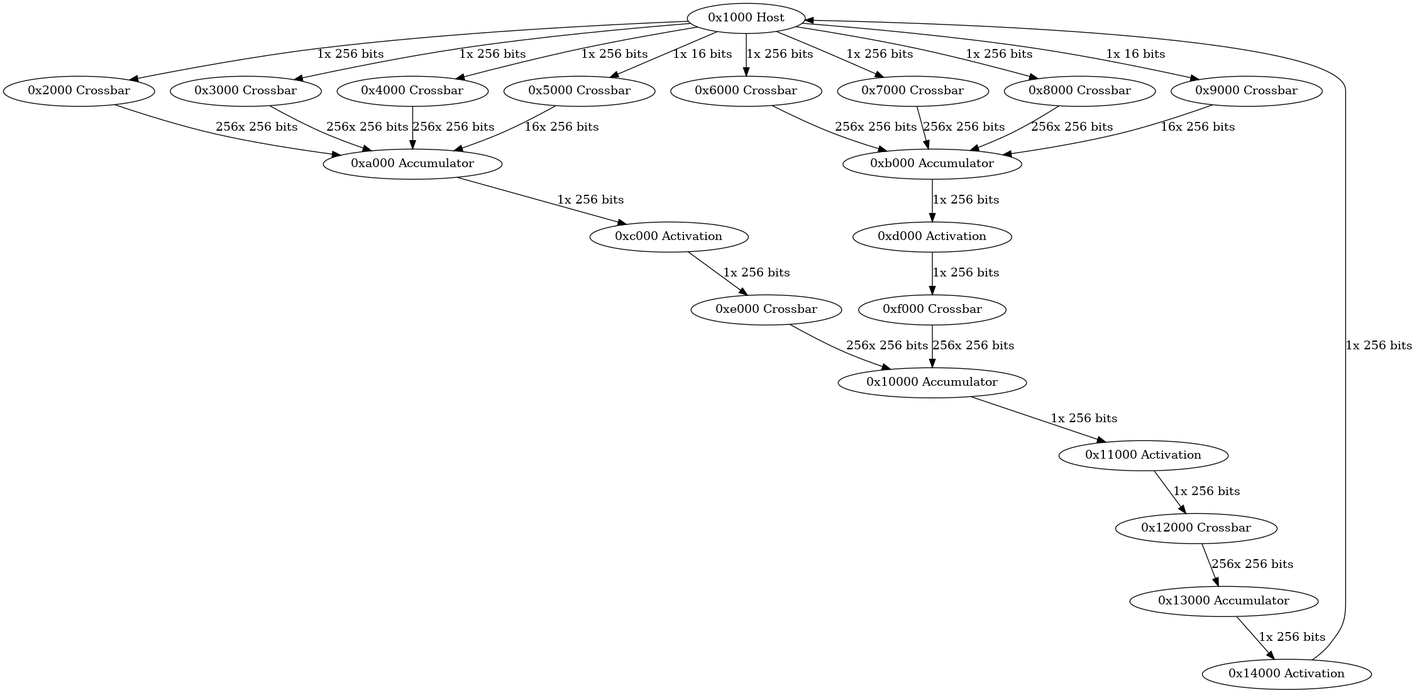
Earlier version of the Graphviz export network.png (Zz-sev-point/IC_SIM). Its source is kept beside it as network.dot.
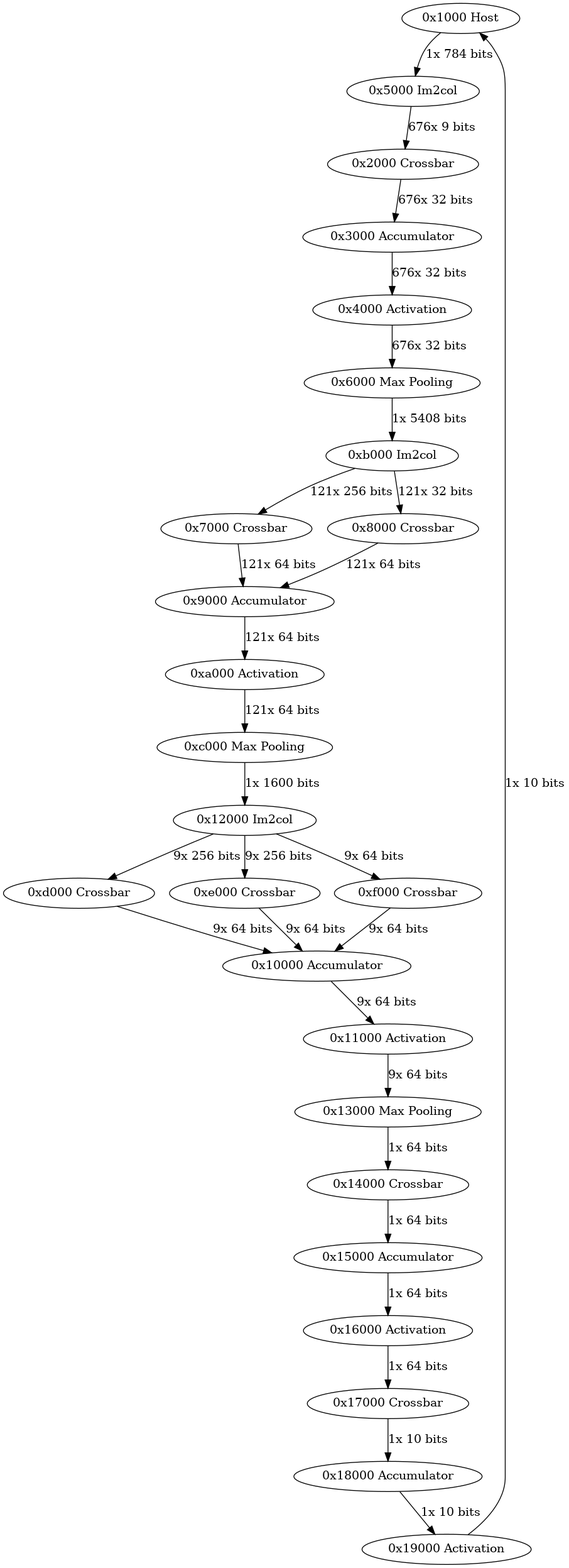
The same diagram one commit later.

Change to the diagram source:
```diff
@@ -1,29 +1,30 @@
 digraph InterconnectGraph {
-  "0x1000 Host" -> "0x2000 Crossbar" [label="1x 256 bits"];
-  "0x1000 Host" -> "0x3000 Crossbar" [label="1x 256 bits"];
-  "0x1000 Host" -> "0x4000 Crossbar" [label="1x 256 bits"];
-  "0x1000 Host" -> "0x5000 Crossbar" [label="1x 16 bits"];
-  "0x1000 Host" -> "0x6000 Crossbar" [label="1x 256 bits"];
-  "0x1000 Host" -> "0x7000 Crossbar" [label="1x 256 bits"];
-  "0x1000 Host" -> "0x8000 Crossbar" [label="1x 256 bits"];
-  "0x1000 Host" -> "0x9000 Crossbar" [label="1x 16 bits"];
-  "0x2000 Crossbar" -> "0xa000 Accumulator" [label="256x 256 bits"];
-  "0x3000 Crossbar" -> "0xa000 Accumulator" [label="256x 256 bits"];
-  "0x4000 Crossbar" -> "0xa000 Accumulator" [label="256x 256 bits"];
-  "0x5000 Crossbar" -> "0xa000 Accumulator" [label="16x 256 bits"];
-  "0xa000 Accumulator" -> "0xc000 Activation" [label="1x 256 bits"];
-  "0x6000 Crossbar" -> "0xb000 Accumulator" [label="256x 256 bits"];
-  "0x7000 Crossbar" -> "0xb000 Accumulator" [label="256x 256 bits"];
-  "0x8000 Crossbar" -> "0xb000 Accumulator" [label="256x 256 bits"];
-  "0x9000 Crossbar" -> "0xb000 Accumulator" [label="16x 256 bits"];
-  "0xb000 Accumulator" -> "0xd000 Activation" [label="1x 256 bits"];
-  "0xc000 Activation" -> "0xe000 Crossbar" [label="1x 256 bits"];
-  "0xd000 Activation" -> "0xf000 Crossbar" [label="1x 256 bits"];
-  "0xe000 Crossbar" -> "0x10000 Accumulator" [label="256x 256 bits"];
-  "0xf000 Crossbar" -> "0x10000 Accumulator" [label="256x 256 bits"];
-  "0x10000 Accumulator" -> "0x11000 Activation" [label="1x 256 bits"];
-  "0x11000 Activation" -> "0x12000 Crossbar" [label="1x 256 bits"];
-  "0x12000 Crossbar" -> "0x13000 Accumulator" [label="256x 256 bits"];
-  "0x13000 Accumulator" -> "0x14000 Activation" [label="1x 256 bits"];
-  "0x14000 Activation" -> "0x1000 Host" [label="1x 256 bits"];
+  "0x1000 Host" -> "0x5000 Im2col" [label="1x 784 bits"];
+  "0x5000 Im2col" -> "0x2000 Crossbar" [label="676x 9 bits"];
+  "0x2000 Crossbar" -> "0x3000 Accumulator" [label="676x 32 bits"];
+  "0x3000 Accumulator" -> "0x4000 Activation" [label="676x 32 bits"];
+  "0x4000 Activation" -> "0x6000 Max Pooling" [label="676x 32 bits"];
+  "0x6000 Max Pooling" -> "0xb000 Im2col" [label="1x 5408 bits"];
+  "0xb000 Im2col" -> "0x7000 Crossbar" [label="121x 256 bits"];
+  "0xb000 Im2col" -> "0x8000 Crossbar" [label="121x 32 bits"];
+  "0x7000 Crossbar" -> "0x9000 Accumulator" [label="121x 64 bits"];
+  "0x8000 Crossbar" -> "0x9000 Accumulator" [label="121x 64 bits"];
+  "0x9000 Accumulator" -> "0xa000 Activation" [label="121x 64 bits"];
+  "0xa000 Activation" -> "0xc000 Max Pooling" [label="121x 64 bits"];
+  "0xc000 Max Pooling" -> "0x12000 Im2col" [label="1x 1600 bits"];
+  "0x12000 Im2col" -> "0xd000 Crossbar" [label="9x 256 bits"];
+  "0x12000 Im2col" -> "0xe000 Crossbar" [label="9x 256 bits"];
+  "0x12000 Im2col" -> "0xf000 Crossbar" [label="9x 64 bits"];
+  "0xd000 Crossbar" -> "0x10000 Accumulator" [label="9x 64 bits"];
+  "0xe000 Crossbar" -> "0x10000 Accumulator" [label="9x 64 bits"];
+  "0xf000 Crossbar" -> "0x10000 Accumulator" [label="9x 64 bits"];
+  "0x10000 Accumulator" -> "0x11000 Activation" [label="9x 64 bits"];
+  "0x11000 Activation" -> "0x13000 Max Pooling" [label="9x 64 bits"];
+  "0x13000 Max Pooling" -> "0x14000 Crossbar" [label="1x 64 bits"];
+  "0x14000 Crossbar" -> "0x15000 Accumulator" [label="1x 64 bits"];
+  "0x15000 Accumulator" -> "0x16000 Activation" [label="1x 64 bits"];
+  "0x16000 Activation" -> "0x17000 Crossbar" [label="1x 64 bits"];
+  "0x17000 Crossbar" -> "0x18000 Accumulator" [label="1x 10 bits"];
+  "0x18000 Accumulator" -> "0x19000 Activation" [label="1x 10 bits"];
+  "0x19000 Activation" -> "0x1000 Host" [label="1x 10 bits"];
 }
```
